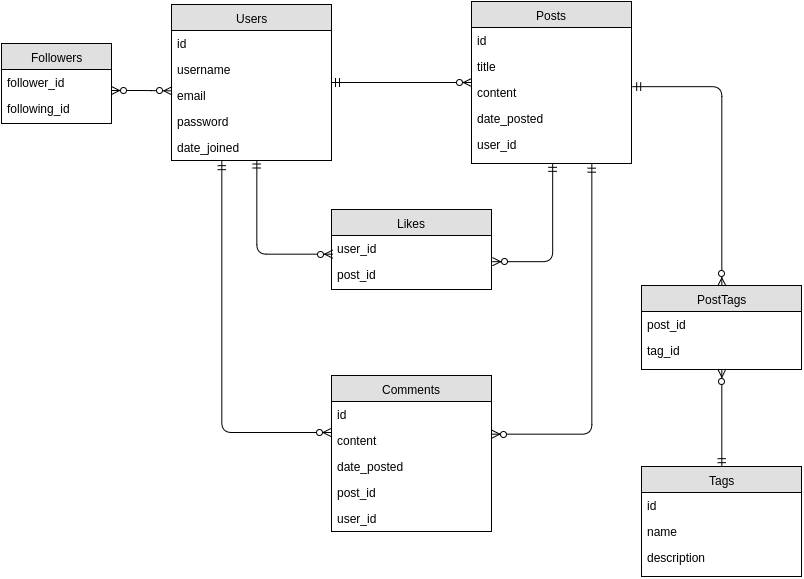
The draw.io diagram scribbles/er-diagram.png in PakkuDon/console.log, before a commit. Source tidied: cells renumbered, new cells last; positions are measured from the earlier drawing's top-left corner, leaving out a move shared by most shapes.
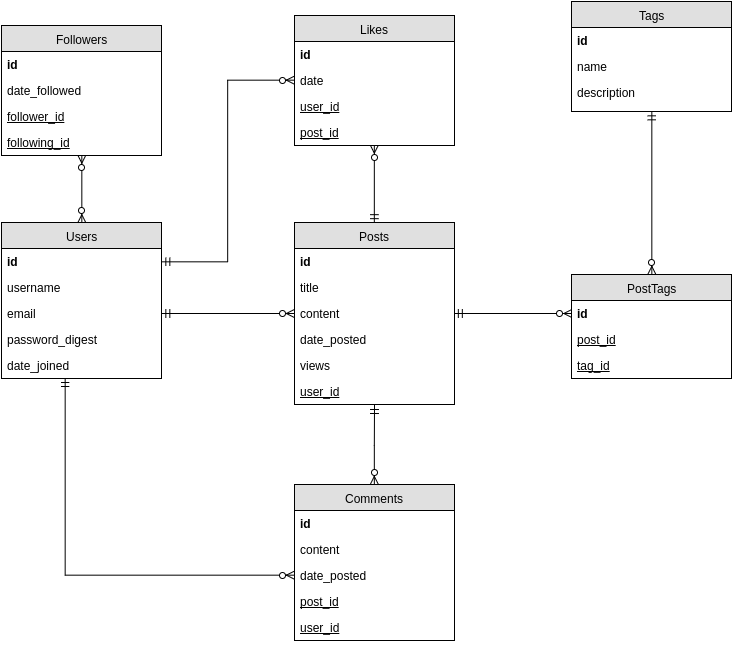
After the change.

What changed in the source:
```diff
@@ -3,9 +3,9 @@
     <mxCell id="0" />
     <mxCell id="1" parent="0" />
     <mxCell id="2" value="Users" style="swimlane;html=1;fontStyle=0;horizontal=1;startSize=26;fillColor=#e0e0e0;swimlaneFillColor=#ffffff;align=center;" parent="1" vertex="1">
-      <mxGeometry x="170" y="3" width="160" height="156" as="geometry" />
+      <mxGeometry x="30" y="190" width="160" height="156" as="geometry" />
     </mxCell>
-    <mxCell id="3" value="id" style="text;html=1;strokeColor=none;fillColor=none;spacingLeft=4;spacingRight=4;whiteSpace=wrap;overflow=hidden;points=[[0,0.5],[1,0.5]];portConstraint=eastwest;" parent="2" vertex="1">
+    <mxCell id="3" value="id" style="text;html=1;strokeColor=none;fillColor=none;spacingLeft=4;spacingRight=4;whiteSpace=wrap;overflow=hidden;points=[[0,0.5],[1,0.5]];portConstraint=eastwest;fontStyle=1;" parent="2" vertex="1">
       <mxGeometry y="26" width="160" height="26" as="geometry" />
     </mxCell>
     <mxCell id="4" value="username" style="text;html=1;strokeColor=none;fillColor=none;spacingLeft=4;spacingRight=4;whiteSpace=wrap;overflow=hidden;" parent="2" vertex="1">
@@ -14,16 +14,16 @@
     <mxCell id="5" value="email" style="text;html=1;strokeColor=none;fillColor=none;spacingLeft=4;spacingRight=4;whiteSpace=wrap;overflow=hidden;points=[[0,0.5],[1,0.5]];portConstraint=eastwest;" parent="2" vertex="1">
       <mxGeometry y="78" width="160" height="26" as="geometry" />
     </mxCell>
-    <mxCell id="6" value="password" style="text;html=1;strokeColor=none;fillColor=none;spacingLeft=4;spacingRight=4;whiteSpace=wrap;overflow=hidden;" parent="2" vertex="1">
+    <mxCell id="6" value="password_digest" style="text;html=1;strokeColor=none;fillColor=none;spacingLeft=4;spacingRight=4;whiteSpace=wrap;overflow=hidden;" parent="2" vertex="1">
       <mxGeometry y="104" width="160" height="26" as="geometry" />
     </mxCell>
     <mxCell id="7" value="date_joined" style="text;html=1;strokeColor=none;fillColor=none;spacingLeft=4;spacingRight=4;whiteSpace=wrap;overflow=hidden;points=[[0,0.5],[1,0.5]];portConstraint=eastwest;" parent="2" vertex="1">
       <mxGeometry y="130" width="160" height="26" as="geometry" />
     </mxCell>
     <mxCell id="8" value="Posts" style="swimlane;html=1;fontStyle=0;horizontal=1;startSize=26;fillColor=#e0e0e0;swimlaneFillColor=#ffffff;align=center;" parent="1" vertex="1">
-      <mxGeometry x="470" width="160" height="162" as="geometry" />
+      <mxGeometry x="323" y="190" width="160" height="182" as="geometry" />
     </mxCell>
-    <mxCell id="9" value="id" style="text;html=1;strokeColor=none;fillColor=none;spacingLeft=4;spacingRight=4;whiteSpace=wrap;overflow=hidden;" parent="8" vertex="1">
+    <mxCell id="9" value="id" style="text;html=1;strokeColor=none;fillColor=none;spacingLeft=4;spacingRight=4;whiteSpace=wrap;overflow=hidden;fontStyle=1;" parent="8" vertex="1">
       <mxGeometry y="26" width="160" height="26" as="geometry" />
     </mxCell>
     <mxCell id="10" value="title" style="text;html=1;strokeColor=none;fillColor=none;spacingLeft=4;spacingRight=4;whiteSpace=wrap;overflow=hidden;" parent="8" vertex="1">
@@ -35,34 +35,54 @@
     <mxCell id="12" value="date_posted" style="text;html=1;strokeColor=none;fillColor=none;spacingLeft=4;spacingRight=4;whiteSpace=wrap;overflow=hidden;" parent="8" vertex="1">
       <mxGeometry y="104" width="160" height="26" as="geometry" />
     </mxCell>
-    <mxCell id="13" value="user_id" style="text;html=1;strokeColor=none;fillColor=none;spacingLeft=4;spacingRight=4;whiteSpace=wrap;overflow=hidden;" parent="8" vertex="1">
+    <mxCell id="13" value="views" style="text;html=1;strokeColor=none;fillColor=none;spacingLeft=4;spacingRight=4;whiteSpace=wrap;overflow=hidden;fontStyle=0;" parent="8" vertex="1">
       <mxGeometry y="130" width="160" height="26" as="geometry" />
     </mxCell>
-    <mxCell id="14" style="edgeStyle=entityRelationEdgeStyle;html=1;endArrow=ERzeroToMany;startArrow=ERmandOne;" parent="1" edge="1" source="2" target="8">
-      <mxGeometry relative="1" as="geometry" />
-    </mxCell>
+    <mxCell id="41" value="user_id" style="text;html=1;strokeColor=none;fillColor=none;spacingLeft=4;spacingRight=4;whiteSpace=wrap;overflow=hidden;fontStyle=4;" parent="8" vertex="1">
+      <mxGeometry y="156" width="160" height="26" as="geometry" />
+    </mxCell>
+    <mxCell id="42" style="edgeStyle=orthogonalEdgeStyle;rounded=0;html=1;exitX=0.5;exitY=1;entryX=0.5;entryY=0;jettySize=auto;startArrow=ERzeroToMany;startFill=1;endArrow=ERmandOne;endFill=0;" parent="1" edge="1" source="15" target="8">
+      <mxGeometry relative="1" as="geometry" />
+    </mxCell>
     <mxCell id="15" value="Likes" style="swimlane;html=1;fontStyle=0;horizontal=1;startSize=26;fillColor=#e0e0e0;swimlaneFillColor=#ffffff;align=center;" parent="1" vertex="1">
-      <mxGeometry x="330" y="208" width="160" height="80" as="geometry" />
+      <mxGeometry x="323" y="-17" width="160" height="130" as="geometry" />
     </mxCell>
+    <mxCell id="17" value="id" style="text;html=1;strokeColor=none;fillColor=none;spacingLeft=4;spacingRight=4;whiteSpace=wrap;overflow=hidden;fontStyle=1;" parent="15" vertex="1">
+      <mxGeometry y="26" width="160" height="26" as="geometry" />
+    </mxCell>
+    <mxCell id="43" value="date" style="text;html=1;strokeColor=none;fillColor=none;spacingLeft=4;spacingRight=4;whiteSpace=wrap;overflow=hidden;points=[[0,0.5],[1,0.5]];portConstraint=eastwest;fontStyle=0;" parent="15" vertex="1">
+      <mxGeometry y="52" width="160" height="26" as="geometry" />
+    </mxCell>
-    <mxCell id="16" value="user_id" style="text;html=1;strokeColor=none;fillColor=none;spacingLeft=4;spacingRight=4;whiteSpace=wrap;overflow=hidden;points=[[0,0.5],[1,0.5]];portConstraint=eastwest;" parent="15" vertex="1">
-      <mxGeometry y="26" width="160" height="26" as="geometry" />
+    <mxCell id="16" value="user_id" style="text;html=1;strokeColor=none;fillColor=none;spacingLeft=4;spacingRight=4;whiteSpace=wrap;overflow=hidden;points=[[0,0.5],[1,0.5]];portConstraint=eastwest;fontStyle=4;" parent="15" vertex="1">
+      <mxGeometry y="78" width="160" height="26" as="geometry" />
     </mxCell>
-    <mxCell id="17" value="post_id" style="text;html=1;strokeColor=none;fillColor=none;spacingLeft=4;spacingRight=4;whiteSpace=wrap;overflow=hidden;" parent="15" vertex="1">
-      <mxGeometry y="52" width="160" height="26" as="geometry" />
-    </mxCell>
+    <mxCell id="40" value="post_id" style="text;html=1;strokeColor=none;fillColor=none;spacingLeft=4;spacingRight=4;whiteSpace=wrap;overflow=hidden;fontStyle=4;" parent="15" vertex="1">
+      <mxGeometry y="104" width="160" height="26" as="geometry" />
+    </mxCell>
+    <mxCell id="44" style="edgeStyle=orthogonalEdgeStyle;rounded=0;html=1;exitX=0.5;exitY=1;entryX=0.5;entryY=0;jettySize=auto;startArrow=ERzeroToMany;startFill=1;endArrow=ERzeroToMany;endFill=1;" parent="1" edge="1" source="18" target="2">
+      <mxGeometry relative="1" as="geometry" />
+    </mxCell>
     <mxCell id="18" value="Followers" style="swimlane;html=1;fontStyle=0;horizontal=1;startSize=26;fillColor=#e0e0e0;swimlaneFillColor=#ffffff;align=center;" parent="1" vertex="1">
-      <mxGeometry y="42" width="110" height="80" as="geometry" />
+      <mxGeometry x="30" y="-7" width="160" height="130" as="geometry" />
     </mxCell>
+    <mxCell id="45" value="&lt;b&gt;id&lt;/b&gt;" style="text;html=1;strokeColor=none;fillColor=none;spacingLeft=4;spacingRight=4;whiteSpace=wrap;overflow=hidden;" parent="18" vertex="1">
+      <mxGeometry y="26" width="160" height="26" as="geometry" />
+    </mxCell>
+    <mxCell id="46" value="date_followed" style="text;html=1;strokeColor=none;fillColor=none;spacingLeft=4;spacingRight=4;whiteSpace=wrap;overflow=hidden;" parent="18" vertex="1">
+      <mxGeometry y="52" width="160" height="26" as="geometry" />
+    </mxCell>
-    <mxCell id="19" value="follower_id" style="text;html=1;strokeColor=none;fillColor=none;spacingLeft=4;spacingRight=4;whiteSpace=wrap;overflow=hidden;" parent="18" vertex="1">
-      <mxGeometry y="26" width="110" height="26" as="geometry" />
+    <mxCell id="19" value="follower_id" style="text;html=1;strokeColor=none;fillColor=none;spacingLeft=4;spacingRight=4;whiteSpace=wrap;overflow=hidden;fontStyle=4;" parent="18" vertex="1">
+      <mxGeometry y="78" width="160" height="26" as="geometry" />
     </mxCell>
-    <mxCell id="20" value="following_id" style="text;html=1;strokeColor=none;fillColor=none;spacingLeft=4;spacingRight=4;whiteSpace=wrap;overflow=hidden;" parent="18" vertex="1">
-      <mxGeometry y="52" width="110" height="26" as="geometry" />
-    </mxCell>
+    <mxCell id="47" style="edgeStyle=orthogonalEdgeStyle;rounded=0;html=1;exitX=0.5;exitY=0;jettySize=auto;startArrow=ERzeroToMany;startFill=1;endArrow=ERmandOne;endFill=0;" parent="1" edge="1" source="21">
+      <mxGeometry relative="1" as="geometry">
+        <mxPoint x="403" y="373" as="targetPoint" />
+      </mxGeometry>
+    </mxCell>
     <mxCell id="21" value="Comments" style="swimlane;html=1;fontStyle=0;horizontal=1;startSize=26;fillColor=#e0e0e0;swimlaneFillColor=#ffffff;align=center;" parent="1" vertex="1">
-      <mxGeometry x="330" y="374" width="160" height="156" as="geometry" />
+      <mxGeometry x="323" y="452" width="160" height="156" as="geometry" />
     </mxCell>
-    <mxCell id="22" value="id" style="text;html=1;strokeColor=none;fillColor=none;spacingLeft=4;spacingRight=4;whiteSpace=wrap;overflow=hidden;" parent="21" vertex="1">
+    <mxCell id="22" value="id" style="text;html=1;strokeColor=none;fillColor=none;spacingLeft=4;spacingRight=4;whiteSpace=wrap;overflow=hidden;fontStyle=1;" parent="21" vertex="1">
       <mxGeometry y="26" width="160" height="26" as="geometry" />
     </mxCell>
     <mxCell id="23" value="content" style="text;html=1;strokeColor=none;fillColor=none;spacingLeft=4;spacingRight=4;whiteSpace=wrap;overflow=hidden;" parent="21" vertex="1">
@@ -71,40 +91,16 @@
     <mxCell id="24" value="date_posted" style="text;html=1;strokeColor=none;fillColor=none;spacingLeft=4;spacingRight=4;whiteSpace=wrap;overflow=hidden;points=[[0,0.5],[1,0.5]];portConstraint=eastwest;" parent="21" vertex="1">
       <mxGeometry y="78" width="160" height="26" as="geometry" />
     </mxCell>
-    <mxCell id="25" value="post_id" style="text;html=1;strokeColor=none;fillColor=none;spacingLeft=4;spacingRight=4;whiteSpace=wrap;overflow=hidden;" parent="21" vertex="1">
+    <mxCell id="25" value="post_id" style="text;html=1;strokeColor=none;fillColor=none;spacingLeft=4;spacingRight=4;whiteSpace=wrap;overflow=hidden;fontStyle=4;" parent="21" vertex="1">
       <mxGeometry y="104" width="160" height="26" as="geometry" />
     </mxCell>
-    <mxCell id="26" value="user_id" style="text;html=1;strokeColor=none;fillColor=none;spacingLeft=4;spacingRight=4;whiteSpace=wrap;overflow=hidden;" parent="21" vertex="1">
+    <mxCell id="26" value="user_id" style="text;html=1;strokeColor=none;fillColor=none;spacingLeft=4;spacingRight=4;whiteSpace=wrap;overflow=hidden;fontStyle=4;" parent="21" vertex="1">
       <mxGeometry y="130" width="160" height="26" as="geometry" />
     </mxCell>
-    <mxCell id="27" style="edgeStyle=entityRelationEdgeStyle;html=1;endArrow=ERzeroToMany;endFill=1;startArrow=ERzeroToMany;entryX=0.002;entryY=0.314;entryPerimeter=0;" parent="1" edge="1" target="5">
-      <mxGeometry relative="1" as="geometry">
-        <mxPoint x="110" y="89" as="sourcePoint" />
-      </mxGeometry>
-    </mxCell>
-    <mxCell id="28" style="edgeStyle=orthogonalEdgeStyle;html=1;endArrow=ERzeroToMany;startArrow=ERmandOne;entryX=-0.029;entryY=0.763;entryPerimeter=0;" parent="1" edge="1">
-      <mxGeometry x="104.3" y="387" as="geometry">
-        <mxPoint x="220" y="160" as="sourcePoint" />
-        <mxPoint x="329.3" y="430.8" as="targetPoint" />
-        <Array as="points">
-          <mxPoint x="220" y="431" />
-        </Array>
-      </mxGeometry>
-    </mxCell>
-    <mxCell id="29" style="html=1;endArrow=ERmandOne;startArrow=ERzeroToMany;edgeStyle=orthogonalEdgeStyle;endFill=0;" parent="1" edge="1">
-      <mxGeometry x="520.3" y="436.7" as="geometry">
-        <mxPoint x="490" y="433" as="sourcePoint" />
-        <mxPoint x="590" y="163" as="targetPoint" />
-        <Array as="points">
-          <mxPoint x="590" y="433" />
-          <mxPoint x="590" y="163" />
-        </Array>
-      </mxGeometry>
-    </mxCell>
     <mxCell id="30" value="Tags" style="swimlane;html=1;fontStyle=0;horizontal=1;startSize=26;fillColor=#e0e0e0;swimlaneFillColor=#ffffff;align=center;" parent="1" vertex="1">
-      <mxGeometry x="640" y="465" width="160" height="110" as="geometry" />
+      <mxGeometry x="600" y="-31" width="160" height="110" as="geometry" />
     </mxCell>
-    <mxCell id="31" value="id" style="text;html=1;strokeColor=none;fillColor=none;spacingLeft=4;spacingRight=4;whiteSpace=wrap;overflow=hidden;" parent="30" vertex="1">
+    <mxCell id="31" value="id" style="text;html=1;strokeColor=none;fillColor=none;spacingLeft=4;spacingRight=4;whiteSpace=wrap;overflow=hidden;fontStyle=1;" parent="30" vertex="1">
       <mxGeometry y="26" width="160" height="26" as="geometry" />
     </mxCell>
     <mxCell id="32" value="name" style="text;html=1;strokeColor=none;fillColor=none;spacingLeft=4;spacingRight=4;whiteSpace=wrap;overflow=hidden;" parent="30" vertex="1">
@@ -113,41 +109,39 @@
     <mxCell id="33" value="description" style="text;html=1;strokeColor=none;fillColor=none;spacingLeft=4;spacingRight=4;whiteSpace=wrap;overflow=hidden;" parent="30" vertex="1">
       <mxGeometry y="78" width="160" height="26" as="geometry" />
     </mxCell>
-    <mxCell id="34" style="edgeStyle=orthogonalEdgeStyle;html=1;endArrow=ERzeroToMany;startArrow=ERmandOne;exitX=0.533;exitY=0.974;exitPerimeter=0;entryX=0.007;entryY=0.712;entryPerimeter=0;endFill=1;" parent="1" edge="1" source="7" target="16">
-      <mxGeometry relative="1" as="geometry">
-        <Array as="points">
-          <mxPoint x="255" y="253" />
-        </Array>
-      </mxGeometry>
-    </mxCell>
-    <mxCell id="35" style="html=1;endArrow=ERzeroToMany;startArrow=ERmandOne;endFill=1;edgeStyle=orthogonalEdgeStyle;" parent="1" edge="1">
-      <mxGeometry relative="1" as="geometry">
-        <mxPoint x="551" y="162" as="sourcePoint" />
-        <mxPoint x="491" y="260" as="targetPoint" />
-        <Array as="points">
-          <mxPoint x="551" y="260" />
-        </Array>
-      </mxGeometry>
-    </mxCell>
+    <mxCell id="48" style="edgeStyle=orthogonalEdgeStyle;rounded=0;html=1;exitX=0.5;exitY=0;entryX=0.5;entryY=1;jettySize=auto;startArrow=ERzeroToMany;startFill=1;endArrow=ERmandOne;endFill=0;" parent="1" edge="1" source="36" target="30">
+      <mxGeometry relative="1" as="geometry" />
+    </mxCell>
     <mxCell id="36" value="PostTags" style="swimlane;html=1;fontStyle=0;horizontal=1;startSize=26;fillColor=#e0e0e0;swimlaneFillColor=#ffffff;align=center;" parent="1" vertex="1">
-      <mxGeometry x="640" y="284" width="160" height="84" as="geometry" />
+      <mxGeometry x="600" y="242" width="160" height="104" as="geometry" />
     </mxCell>
+    <mxCell id="49" value="id" style="text;html=1;strokeColor=none;fillColor=none;spacingLeft=4;spacingRight=4;whiteSpace=wrap;overflow=hidden;points=[[0,0.5],[1,0.5]];portConstraint=eastwest;fontStyle=1;" parent="36" vertex="1">
+      <mxGeometry y="26" width="160" height="26" as="geometry" />
+    </mxCell>
-    <mxCell id="37" value="post_id" style="text;html=1;strokeColor=none;fillColor=none;spacingLeft=4;spacingRight=4;whiteSpace=wrap;overflow=hidden;" parent="36" vertex="1">
-      <mxGeometry y="26" width="160" height="26" as="geometry" />
+    <mxCell id="37" value="post_id" style="text;html=1;strokeColor=none;fillColor=none;spacingLeft=4;spacingRight=4;whiteSpace=wrap;overflow=hidden;fontStyle=4;" parent="36" vertex="1">
+      <mxGeometry y="52" width="160" height="26" as="geometry" />
     </mxCell>
-    <mxCell id="38" value="tag_id" style="text;html=1;strokeColor=none;fillColor=none;spacingLeft=4;spacingRight=4;whiteSpace=wrap;overflow=hidden;" parent="36" vertex="1">
-      <mxGeometry y="52" width="160" height="26" as="geometry" />
+    <mxCell id="38" value="tag_id" style="text;html=1;strokeColor=none;fillColor=none;spacingLeft=4;spacingRight=4;whiteSpace=wrap;overflow=hidden;fontStyle=4;" parent="36" vertex="1">
+      <mxGeometry y="78" width="160" height="26" as="geometry" />
     </mxCell>
-    <mxCell id="39" style="edgeStyle=orthogonalEdgeStyle;html=1;endArrow=ERzeroToMany;startArrow=ERmandOne;entryX=0.5;entryY=0;" parent="1" edge="1" target="36">
-      <mxGeometry relative="1" as="geometry">
-        <mxPoint x="631" y="85" as="sourcePoint" />
-        <Array as="points">
-          <mxPoint x="720" y="85" />
-        </Array>
-      </mxGeometry>
-    </mxCell>
-    <mxCell id="40" style="html=1;endArrow=ERzeroToMany;startArrow=ERmandOne;entryX=0.5;entryY=1;exitX=0.5;exitY=0;" parent="1" edge="1" source="30" target="36">
-      <mxGeometry relative="1" as="geometry" />
-    </mxCell>
+    <mxCell id="50" style="edgeStyle=orthogonalEdgeStyle;rounded=0;html=1;exitX=1;exitY=0.5;entryX=0;entryY=0.5;jettySize=auto;startArrow=ERmandOne;startFill=0;endArrow=ERzeroToMany;endFill=1;" parent="1" edge="1" source="3" target="43">
+      <mxGeometry relative="1" as="geometry" />
+    </mxCell>
+    <mxCell id="51" style="edgeStyle=orthogonalEdgeStyle;rounded=0;html=1;exitX=0;exitY=0.5;entryX=1;entryY=0.5;jettySize=auto;startArrow=ERzeroToMany;startFill=1;endArrow=ERmandOne;endFill=0;" parent="1" edge="1" source="11" target="5">
+      <mxGeometry relative="1" as="geometry" />
+    </mxCell>
+    <mxCell id="52" style="edgeStyle=orthogonalEdgeStyle;rounded=0;html=1;exitX=1;exitY=0.5;entryX=0;entryY=0.5;jettySize=auto;startArrow=ERmandOne;startFill=0;endArrow=ERzeroToMany;endFill=1;" parent="1" edge="1" source="11" target="49">
+      <mxGeometry relative="1" as="geometry" />
+    </mxCell>
+    <mxCell id="20" value="following_id" style="text;html=1;strokeColor=none;fillColor=none;spacingLeft=4;spacingRight=4;whiteSpace=wrap;overflow=hidden;fontStyle=4;" parent="1" vertex="1">
+      <mxGeometry x="30" y="97" width="160" height="26" as="geometry" />
+    </mxCell>
+    <mxCell id="53" style="edgeStyle=orthogonalEdgeStyle;rounded=0;html=1;exitX=0;exitY=0.5;startArrow=ERzeroToMany;startFill=1;endArrow=ERmandOne;endFill=0;jettySize=auto;" parent="1" edge="1" source="24" target="7">
+      <mxGeometry relative="1" as="geometry">
+        <Array as="points">
+          <mxPoint x="94" y="543" />
+        </Array>
+      </mxGeometry>
+    </mxCell>
   </root>
 </mxGraphModel>
```
